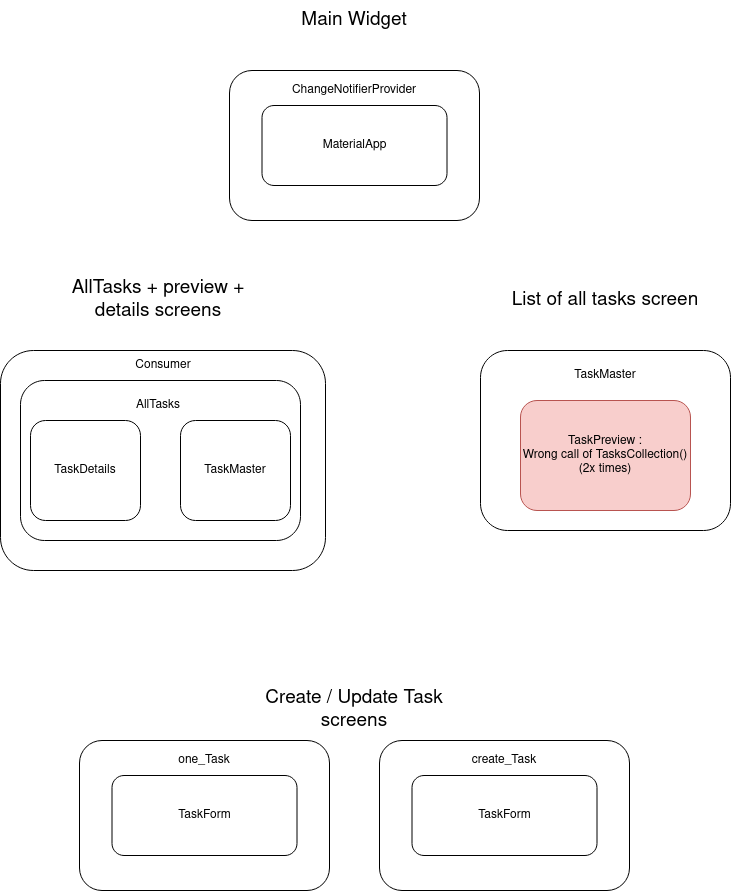
Earlier version of the draw.io export TodoList tree.drawio.png (sebastienklaus/flutter_ToDoList). Source tidied: cells renumbered, new cells last; positions are measured from the earlier drawing's top-left corner, leaving out a move shared by most shapes. Source of this version:
```xml
<mxGraphModel>
  <root>
    <mxCell id="0" />
    <mxCell id="1" parent="0" />
    <mxCell id="2" style="rounded=1;whiteSpace=wrap;html=1;" parent="1" vertex="1">
      <mxGeometry x="229" y="70" width="250" height="150" as="geometry" />
    </mxCell>
    <mxCell id="3" value="MaterialApp" style="rounded=1;whiteSpace=wrap;html=1;" parent="1" vertex="1">
      <mxGeometry x="261.5" y="105" width="185" height="80" as="geometry" />
    </mxCell>
    <mxCell id="4" value="ChangeNotifierProvider" style="text;html=1;strokeColor=none;fillColor=none;align=center;verticalAlign=middle;whiteSpace=wrap;rounded=0;" parent="1" vertex="1">
      <mxGeometry x="274" y="75" width="160" height="30" as="geometry" />
    </mxCell>
    <mxCell id="5" style="rounded=1;whiteSpace=wrap;html=1;" parent="1" vertex="1">
      <mxGeometry y="350" width="325" height="220" as="geometry" />
    </mxCell>
    <mxCell id="6" style="rounded=1;whiteSpace=wrap;html=1;" parent="1" vertex="1">
      <mxGeometry x="20" y="380" width="280" height="160" as="geometry" />
    </mxCell>
    <mxCell id="7" value="Consumer" style="text;html=1;strokeColor=none;fillColor=none;align=center;verticalAlign=middle;whiteSpace=wrap;rounded=0;" parent="1" vertex="1">
      <mxGeometry x="82.5" y="350" width="160" height="30" as="geometry" />
    </mxCell>
    <mxCell id="8" value="AllTasks" style="text;html=1;strokeColor=none;fillColor=none;align=center;verticalAlign=middle;whiteSpace=wrap;rounded=0;" parent="1" vertex="1">
      <mxGeometry x="77.5" y="390" width="160" height="30" as="geometry" />
    </mxCell>
    <mxCell id="9" value="TaskDetails" style="rounded=1;whiteSpace=wrap;html=1;" parent="1" vertex="1">
      <mxGeometry x="30" y="420" width="110" height="100" as="geometry" />
    </mxCell>
    <mxCell id="10" value="TaskMaster" style="rounded=1;whiteSpace=wrap;html=1;" parent="1" vertex="1">
      <mxGeometry x="180" y="420" width="110" height="100" as="geometry" />
    </mxCell>
    <mxCell id="11" style="rounded=1;whiteSpace=wrap;html=1;" parent="1" vertex="1">
      <mxGeometry x="480" y="350" width="250" height="180" as="geometry" />
    </mxCell>
    <mxCell id="12" value="TaskMaster" style="text;html=1;strokeColor=none;fillColor=none;align=center;verticalAlign=middle;whiteSpace=wrap;rounded=0;" parent="1" vertex="1">
      <mxGeometry x="525" y="360" width="160" height="30" as="geometry" />
    </mxCell>
    <mxCell id="13" value="&lt;div&gt;TaskPreview : &lt;br&gt;&lt;/div&gt;&lt;div&gt;Wrong call of TasksCollection() (2x times)&lt;br&gt;&lt;/div&gt;" style="rounded=1;whiteSpace=wrap;html=1;fillColor=#f8cecc;strokeColor=#b85450;" parent="1" vertex="1">
      <mxGeometry x="520" y="400" width="170" height="110" as="geometry" />
    </mxCell>
    <mxCell id="14" style="rounded=1;whiteSpace=wrap;html=1;" parent="1" vertex="1">
      <mxGeometry x="79" y="740" width="250" height="150" as="geometry" />
    </mxCell>
    <mxCell id="15" value="TaskForm" style="rounded=1;whiteSpace=wrap;html=1;" parent="1" vertex="1">
      <mxGeometry x="111.5" y="775" width="185" height="80" as="geometry" />
    </mxCell>
    <mxCell id="16" value="one_Task" style="text;html=1;strokeColor=none;fillColor=none;align=center;verticalAlign=middle;whiteSpace=wrap;rounded=0;" parent="1" vertex="1">
      <mxGeometry x="124" y="745" width="160" height="30" as="geometry" />
    </mxCell>
    <mxCell id="17" style="rounded=1;whiteSpace=wrap;html=1;" parent="1" vertex="1">
      <mxGeometry x="379" y="740" width="250" height="150" as="geometry" />
    </mxCell>
    <mxCell id="18" value="TaskForm" style="rounded=1;whiteSpace=wrap;html=1;" parent="1" vertex="1">
      <mxGeometry x="411.5" y="775" width="185" height="80" as="geometry" />
    </mxCell>
    <mxCell id="19" value="create_Task" style="text;html=1;strokeColor=none;fillColor=none;align=center;verticalAlign=middle;whiteSpace=wrap;rounded=0;" parent="1" vertex="1">
      <mxGeometry x="424" y="745" width="160" height="30" as="geometry" />
    </mxCell>
    <mxCell id="20" value="&lt;font style=&quot;font-size: 19px&quot;&gt;Create / Update Task screens&lt;br&gt;&lt;/font&gt;" style="text;html=1;strokeColor=none;fillColor=none;align=center;verticalAlign=middle;whiteSpace=wrap;rounded=0;" parent="1" vertex="1">
      <mxGeometry x="249" y="690" width="210" height="40" as="geometry" />
    </mxCell>
    <mxCell id="21" value="&lt;font style=&quot;font-size: 19px&quot;&gt;AllTasks + preview + details screens&lt;br&gt;&lt;/font&gt;" style="text;html=1;strokeColor=none;fillColor=none;align=center;verticalAlign=middle;whiteSpace=wrap;rounded=0;" parent="1" vertex="1">
      <mxGeometry x="52.5" y="280" width="210" height="40" as="geometry" />
    </mxCell>
    <mxCell id="22" value="&lt;font style=&quot;font-size: 19px&quot;&gt;List of all tasks screen&lt;br&gt;&lt;/font&gt;" style="text;html=1;strokeColor=none;fillColor=none;align=center;verticalAlign=middle;whiteSpace=wrap;rounded=0;" parent="1" vertex="1">
      <mxGeometry x="500" y="280" width="210" height="40" as="geometry" />
    </mxCell>
    <mxCell id="23" value="&lt;font style=&quot;font-size: 19px&quot;&gt;Main Widget&lt;br&gt;&lt;/font&gt;" style="text;html=1;strokeColor=none;fillColor=none;align=center;verticalAlign=middle;whiteSpace=wrap;rounded=0;" parent="1" vertex="1">
      <mxGeometry x="249" width="210" height="40" as="geometry" />
    </mxCell>
  </root>
</mxGraphModel>
```
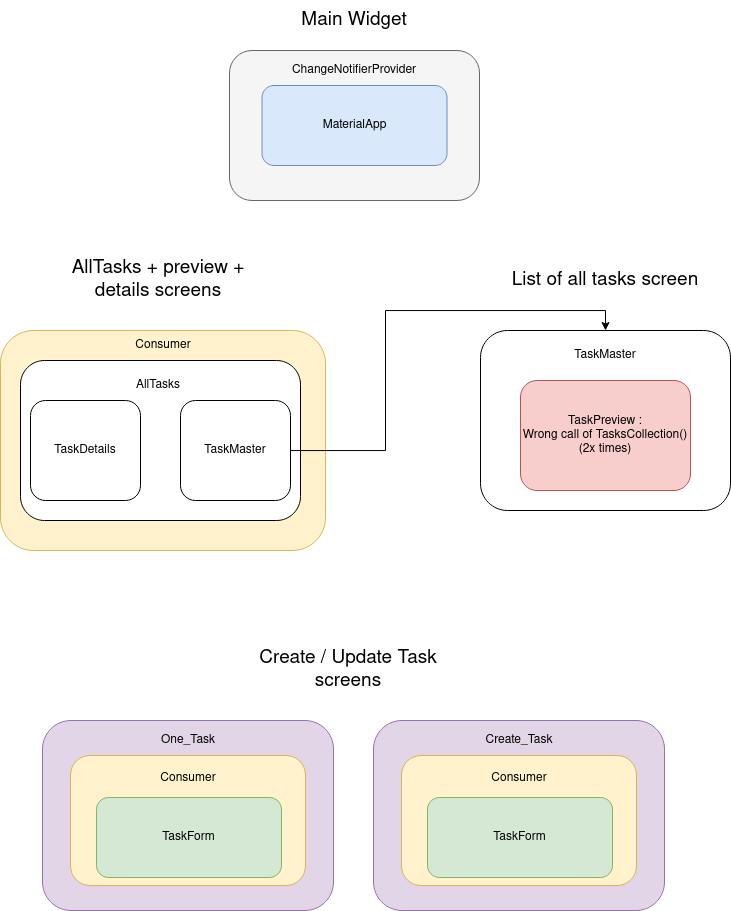
After the change.

Diff of the diagram source:
```diff
@@ -2,16 +2,16 @@
   <root>
     <mxCell id="0" />
     <mxCell id="1" parent="0" />
-    <mxCell id="2" style="rounded=1;whiteSpace=wrap;html=1;" parent="1" vertex="1">
+    <mxCell id="2" style="rounded=1;whiteSpace=wrap;html=1;fillColor=#f5f5f5;fontColor=#333333;strokeColor=#666666;" parent="1" vertex="1">
       <mxGeometry x="229" y="70" width="250" height="150" as="geometry" />
     </mxCell>
-    <mxCell id="3" value="MaterialApp" style="rounded=1;whiteSpace=wrap;html=1;" parent="1" vertex="1">
+    <mxCell id="3" value="MaterialApp" style="rounded=1;whiteSpace=wrap;html=1;fillColor=#dae8fc;strokeColor=#6c8ebf;" parent="1" vertex="1">
       <mxGeometry x="261.5" y="105" width="185" height="80" as="geometry" />
     </mxCell>
     <mxCell id="4" value="ChangeNotifierProvider" style="text;html=1;strokeColor=none;fillColor=none;align=center;verticalAlign=middle;whiteSpace=wrap;rounded=0;" parent="1" vertex="1">
       <mxGeometry x="274" y="75" width="160" height="30" as="geometry" />
     </mxCell>
-    <mxCell id="5" style="rounded=1;whiteSpace=wrap;html=1;" parent="1" vertex="1">
+    <mxCell id="5" style="rounded=1;whiteSpace=wrap;html=1;fillColor=#fff2cc;strokeColor=#d6b656;" parent="1" vertex="1">
       <mxGeometry y="350" width="325" height="220" as="geometry" />
     </mxCell>
     <mxCell id="6" style="rounded=1;whiteSpace=wrap;html=1;" parent="1" vertex="1">
@@ -26,6 +26,9 @@
     <mxCell id="9" value="TaskDetails" style="rounded=1;whiteSpace=wrap;html=1;" parent="1" vertex="1">
       <mxGeometry x="30" y="420" width="110" height="100" as="geometry" />
     </mxCell>
+    <mxCell id="24" style="edgeStyle=orthogonalEdgeStyle;rounded=0;jettySize=auto;html=1;entryX=0.5;entryY=0;entryDx=0;entryDy=0;" parent="1" edge="1" source="10" target="11">
+      <mxGeometry relative="1" as="geometry" />
+    </mxCell>
     <mxCell id="10" value="TaskMaster" style="rounded=1;whiteSpace=wrap;html=1;" parent="1" vertex="1">
       <mxGeometry x="180" y="420" width="110" height="100" as="geometry" />
     </mxCell>
@@ -38,26 +41,17 @@
     <mxCell id="13" value="&lt;div&gt;TaskPreview : &lt;br&gt;&lt;/div&gt;&lt;div&gt;Wrong call of TasksCollection() (2x times)&lt;br&gt;&lt;/div&gt;" style="rounded=1;whiteSpace=wrap;html=1;fillColor=#f8cecc;strokeColor=#b85450;" parent="1" vertex="1">
       <mxGeometry x="520" y="400" width="170" height="110" as="geometry" />
     </mxCell>
-    <mxCell id="14" style="rounded=1;whiteSpace=wrap;html=1;" parent="1" vertex="1">
-      <mxGeometry x="79" y="740" width="250" height="150" as="geometry" />
+    <mxCell id="14" style="rounded=1;whiteSpace=wrap;html=1;fillColor=#e1d5e7;strokeColor=#9673a6;" parent="1" vertex="1">
+      <mxGeometry x="42" y="740" width="291" height="190" as="geometry" />
     </mxCell>
-    <mxCell id="15" value="TaskForm" style="rounded=1;whiteSpace=wrap;html=1;" parent="1" vertex="1">
-      <mxGeometry x="111.5" y="775" width="185" height="80" as="geometry" />
+    <mxCell id="15" style="rounded=1;whiteSpace=wrap;html=1;fillColor=#fff2cc;strokeColor=#d6b656;" parent="1" vertex="1">
+      <mxGeometry x="70" y="775" width="235" height="130" as="geometry" />
     </mxCell>
-    <mxCell id="16" value="one_Task" style="text;html=1;strokeColor=none;fillColor=none;align=center;verticalAlign=middle;whiteSpace=wrap;rounded=0;" parent="1" vertex="1">
-      <mxGeometry x="124" y="745" width="160" height="30" as="geometry" />
+    <mxCell id="16" value="One_Task" style="text;html=1;strokeColor=none;fillColor=none;align=center;verticalAlign=middle;whiteSpace=wrap;rounded=0;" parent="1" vertex="1">
+      <mxGeometry x="107.5" y="745" width="160" height="30" as="geometry" />
     </mxCell>
-    <mxCell id="17" style="rounded=1;whiteSpace=wrap;html=1;" parent="1" vertex="1">
-      <mxGeometry x="379" y="740" width="250" height="150" as="geometry" />
-    </mxCell>
-    <mxCell id="18" value="TaskForm" style="rounded=1;whiteSpace=wrap;html=1;" parent="1" vertex="1">
-      <mxGeometry x="411.5" y="775" width="185" height="80" as="geometry" />
-    </mxCell>
-    <mxCell id="19" value="create_Task" style="text;html=1;strokeColor=none;fillColor=none;align=center;verticalAlign=middle;whiteSpace=wrap;rounded=0;" parent="1" vertex="1">
-      <mxGeometry x="424" y="745" width="160" height="30" as="geometry" />
-    </mxCell>
     <mxCell id="20" value="&lt;font style=&quot;font-size: 19px&quot;&gt;Create / Update Task screens&lt;br&gt;&lt;/font&gt;" style="text;html=1;strokeColor=none;fillColor=none;align=center;verticalAlign=middle;whiteSpace=wrap;rounded=0;" parent="1" vertex="1">
-      <mxGeometry x="249" y="690" width="210" height="40" as="geometry" />
+      <mxGeometry x="242.5" y="670" width="210" height="40" as="geometry" />
     </mxCell>
     <mxCell id="21" value="&lt;font style=&quot;font-size: 19px&quot;&gt;AllTasks + preview + details screens&lt;br&gt;&lt;/font&gt;" style="text;html=1;strokeColor=none;fillColor=none;align=center;verticalAlign=middle;whiteSpace=wrap;rounded=0;" parent="1" vertex="1">
       <mxGeometry x="52.5" y="280" width="210" height="40" as="geometry" />
@@ -66,7 +60,28 @@
       <mxGeometry x="500" y="280" width="210" height="40" as="geometry" />
     </mxCell>
     <mxCell id="23" value="&lt;font style=&quot;font-size: 19px&quot;&gt;Main Widget&lt;br&gt;&lt;/font&gt;" style="text;html=1;strokeColor=none;fillColor=none;align=center;verticalAlign=middle;whiteSpace=wrap;rounded=0;" parent="1" vertex="1">
-      <mxGeometry x="249" width="210" height="40" as="geometry" />
+      <mxGeometry x="249" y="20" width="210" height="40" as="geometry" />
     </mxCell>
+    <mxCell id="25" value="TaskForm" style="rounded=1;whiteSpace=wrap;html=1;fillColor=#d5e8d4;strokeColor=#82b366;" parent="1" vertex="1">
+      <mxGeometry x="96" y="817" width="185" height="80" as="geometry" />
+    </mxCell>
+    <mxCell id="26" value="Consumer" style="text;html=1;strokeColor=none;fillColor=none;align=center;verticalAlign=middle;whiteSpace=wrap;rounded=0;" parent="1" vertex="1">
+      <mxGeometry x="107.5" y="783" width="160" height="30" as="geometry" />
+    </mxCell>
+    <mxCell id="27" style="rounded=1;whiteSpace=wrap;html=1;fillColor=#e1d5e7;strokeColor=#9673a6;" parent="1" vertex="1">
+      <mxGeometry x="373" y="740" width="291" height="190" as="geometry" />
+    </mxCell>
+    <mxCell id="28" style="rounded=1;whiteSpace=wrap;html=1;fillColor=#fff2cc;strokeColor=#d6b656;" parent="1" vertex="1">
+      <mxGeometry x="401" y="775" width="235" height="130" as="geometry" />
+    </mxCell>
+    <mxCell id="29" value="Create_Task" style="text;html=1;strokeColor=none;fillColor=none;align=center;verticalAlign=middle;whiteSpace=wrap;rounded=0;" parent="1" vertex="1">
+      <mxGeometry x="438.5" y="745" width="160" height="30" as="geometry" />
+    </mxCell>
+    <mxCell id="30" value="TaskForm" style="rounded=1;whiteSpace=wrap;html=1;fillColor=#d5e8d4;strokeColor=#82b366;" parent="1" vertex="1">
+      <mxGeometry x="427" y="817" width="185" height="80" as="geometry" />
+    </mxCell>
+    <mxCell id="31" value="Consumer" style="text;html=1;strokeColor=none;fillColor=none;align=center;verticalAlign=middle;whiteSpace=wrap;rounded=0;" parent="1" vertex="1">
+      <mxGeometry x="438.5" y="783" width="160" height="30" as="geometry" />
+    </mxCell>
   </root>
 </mxGraphModel>
```
